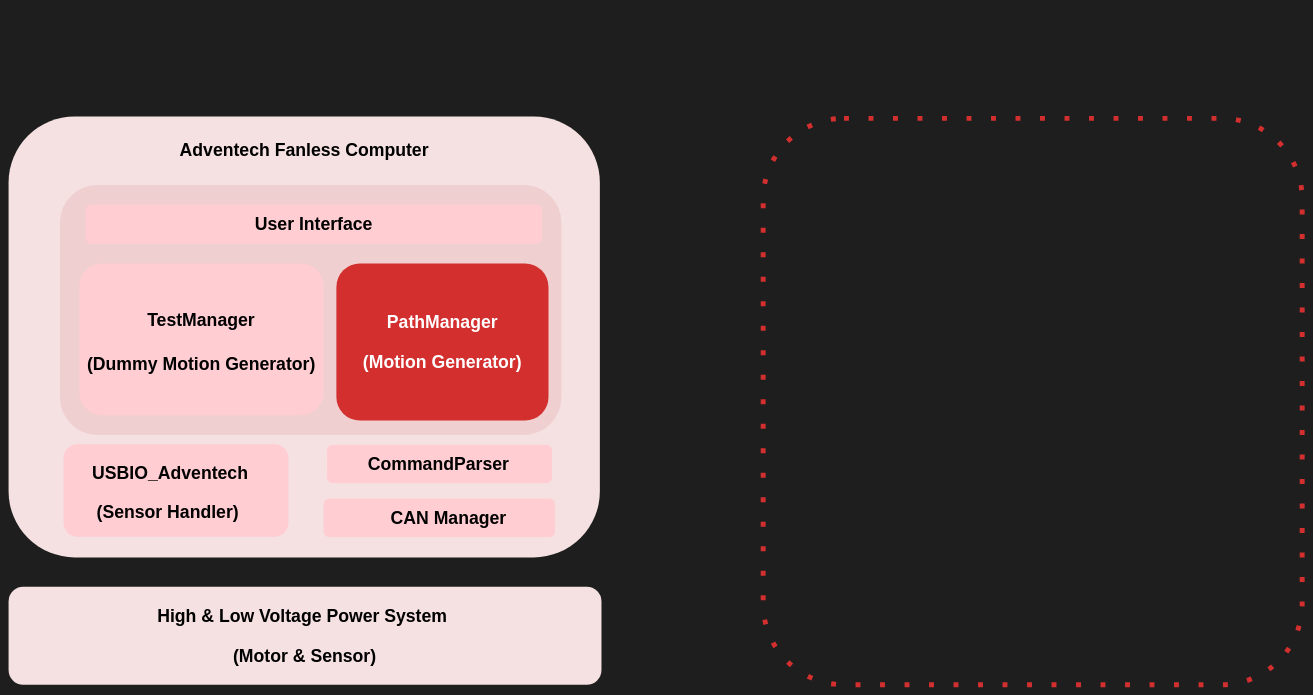
Above: doc/system_architecture.drawio in KIST-delight-robotics/DrumRobot2 (draw.io), before the change. Source tidied: cells renumbered, new cells numbered last; positions are measured from the earlier drawing's top-left corner, leaving out a move shared by most shapes. Both pictures are drawn from the tidied source at 49%, with x=0, y=0 at pixel (8, 8).
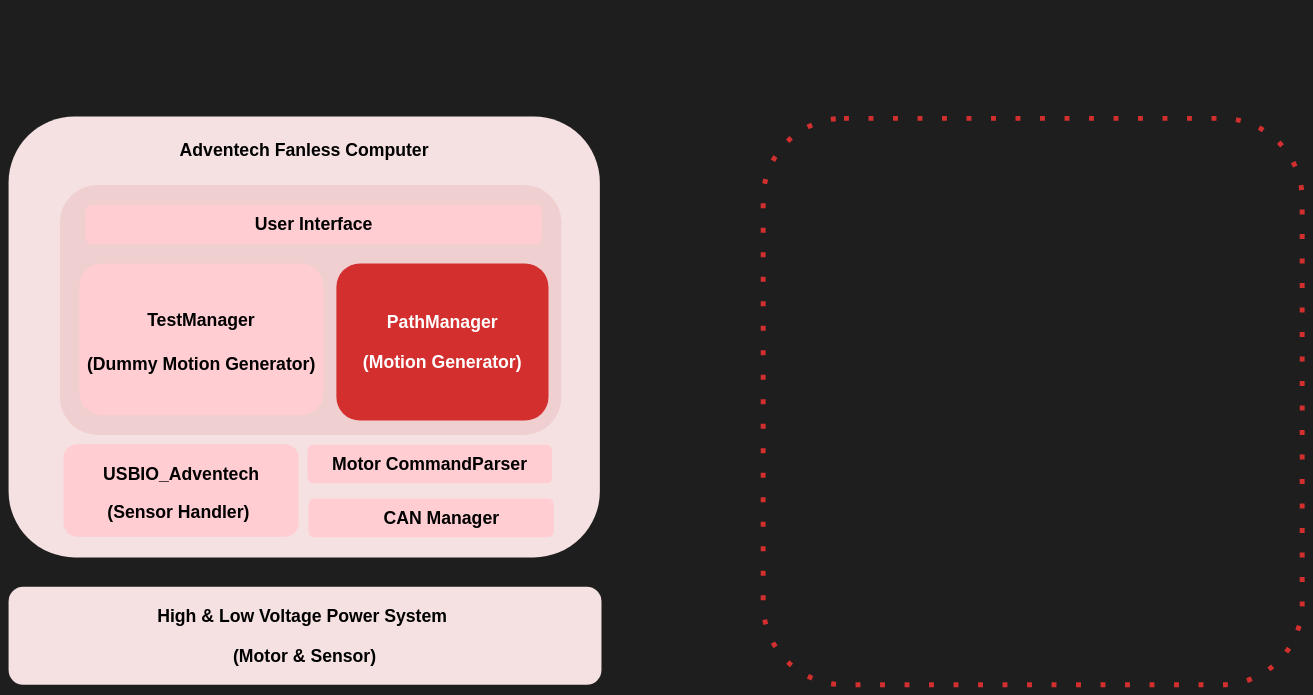
The same page after the edit.

Unchanged cells that the change refers to:
```xml
<mxCell id="4" style="group;" parent="3" vertex="1">
  <mxGeometry x="-240" y="280" width="1220" height="900" as="geometry" />
</mxCell>
```

What changed in the source:
```diff
@@
     <mxCell id="7" style="group;" parent="4" vertex="1">
-      <mxGeometry x="112.1" y="719" width="997" height="78.9" as="geometry" />
+      <mxGeometry x="112.1" y="719" width="1042.3" height="79.9" as="geometry" />
     </mxCell>
     <mxCell id="8" style="group;" parent="7" vertex="1">
-      <mxGeometry width="459.1" height="78.9" as="geometry" />
+      <mxGeometry width="480" height="78.9" as="geometry" />
     </mxCell>
     <mxCell id="9" style="group;" parent="8" vertex="1">
-      <mxGeometry width="459.1" height="78.9" as="geometry" />
+      <mxGeometry width="480" height="78.9" as="geometry" />
     </mxCell>
     <mxCell id="10" value="&lt;h1&gt;&lt;br&gt;&lt;/h1&gt;" style="rounded=1;whiteSpace=wrap;html=1;fillColor=light-dark(#FFCDD2,#EDEDED);strokeColor=none;align=center;verticalAlign=middle;fontFamily=Helvetica;fontSize=12;fontColor=default;" parent="9" vertex="1">
-      <mxGeometry y="-110" width="459.1" height="188.9" as="geometry" />
+      <mxGeometry y="-110" width="480" height="188.9" as="geometry" />
     </mxCell>
     <mxCell id="11" value="&lt;h1&gt;&lt;font color=&quot;#000000&quot;&gt;(Sensor Handler)&amp;nbsp;&lt;/font&gt;&lt;/h1&gt;" style="text;html=1;align=center;verticalAlign=middle;whiteSpace=wrap;rounded=0;fontFamily=Helvetica;fontSize=18;fontColor=default;" parent="9" vertex="1">
-      <mxGeometry x="52" y="-12" width="332.1" height="79" as="geometry" />
+      <mxGeometry x="46" y="-11" width="388" height="79" as="geometry" />
     </mxCell>
+    <mxCell id="34" value="&lt;h1&gt;&lt;font color=&quot;#000000&quot;&gt;USBIO_Adventech&lt;/font&gt;&lt;/h1&gt;" style="text;html=1;align=center;verticalAlign=middle;whiteSpace=wrap;rounded=0;fontFamily=Helvetica;fontSize=18;fontColor=default;" parent="9" vertex="1">
+      <mxGeometry x="30.5" y="-90" width="419" height="79" as="geometry" />
+    </mxCell>
     <mxCell id="12" style="group;" parent="7" vertex="1">
-      <mxGeometry x="530.7" y="1" width="511.6" height="78.9" as="geometry" />
+      <mxGeometry x="500" y="1" width="542.3" height="78.9" as="geometry" />
     </mxCell>
     <mxCell id="13" value="&lt;h1&gt;&lt;br&gt;&lt;/h1&gt;" style="rounded=1;whiteSpace=wrap;html=1;fillColor=light-dark(#FFCDD2,#EDEDED);strokeColor=none;align=center;verticalAlign=middle;fontFamily=Helvetica;fontSize=12;fontColor=default;" parent="12" vertex="1">
-      <mxGeometry width="472.3" height="78.9" as="geometry" />
+      <mxGeometry width="500.6" height="78.9" as="geometry" />
     </mxCell>
     <mxCell id="14" value="&lt;h1&gt;&lt;font color=&quot;#000000&quot;&gt;CAN Manager&lt;/font&gt;&lt;/h1&gt;" style="text;html=1;align=center;verticalAlign=middle;whiteSpace=wrap;rounded=0;fontFamily=Helvetica;fontSize=18;fontColor=default;" parent="12" vertex="1">
-      <mxGeometry x="65.6" y="1.4" width="380.3" height="77.6" as="geometry" />
+      <mxGeometry x="69.6" y="1.4" width="403.2" height="77.6" as="geometry" />
     </mxCell>
@@
     <mxCell id="17" style="group;" parent="4" vertex="1">
-      <mxGeometry x="649.9" y="610" width="459.1" height="78.9" as="geometry" />
+      <mxGeometry x="649.9" y="610" width="480" height="78.9" as="geometry" />
     </mxCell>
     <mxCell id="18" value="&lt;h1&gt;&lt;br&gt;&lt;/h1&gt;" style="rounded=1;whiteSpace=wrap;html=1;fillColor=light-dark(#FFCDD2,#EDEDED);strokeColor=none;align=center;verticalAlign=middle;fontFamily=Helvetica;fontSize=12;fontColor=default;" parent="17" vertex="1">
-      <mxGeometry width="459.1" height="78.9" as="geometry" />
+      <mxGeometry x="-40" width="499.1" height="78.9" as="geometry" />
     </mxCell>
-    <mxCell id="19" value="&lt;h1&gt;&lt;font color=&quot;#000000&quot;&gt;CommandParser&lt;/font&gt;&lt;/h1&gt;" style="text;html=1;align=center;verticalAlign=middle;whiteSpace=wrap;rounded=0;fontFamily=Helvetica;fontSize=18;fontColor=default;" parent="17" vertex="1">
-      <mxGeometry x="57.4" y="1.4" width="341.3" height="77.6" as="geometry" />
+    <mxCell id="19" value="&lt;h1&gt;&lt;font color=&quot;#000000&quot;&gt;Motor CommandParser&lt;/font&gt;&lt;/h1&gt;" style="text;html=1;align=center;verticalAlign=middle;whiteSpace=wrap;rounded=0;fontFamily=Helvetica;fontSize=18;fontColor=default;" parent="17" vertex="1">
+      <mxGeometry x="-1.7" y="1.4" width="422.6" height="77.6" as="geometry" />
     </mxCell>
@@
-    <mxCell id="34" value="&lt;h1&gt;&lt;font color=&quot;#000000&quot;&gt;USBIO_Adventech&lt;/font&gt;&lt;/h1&gt;" style="text;html=1;align=center;verticalAlign=middle;whiteSpace=wrap;rounded=0;fontFamily=Helvetica;fontSize=18;fontColor=default;" parent="1" vertex="1">
-      <mxGeometry x="151" y="908" width="358.1" height="79" as="geometry" />
-    </mxCell>
```
